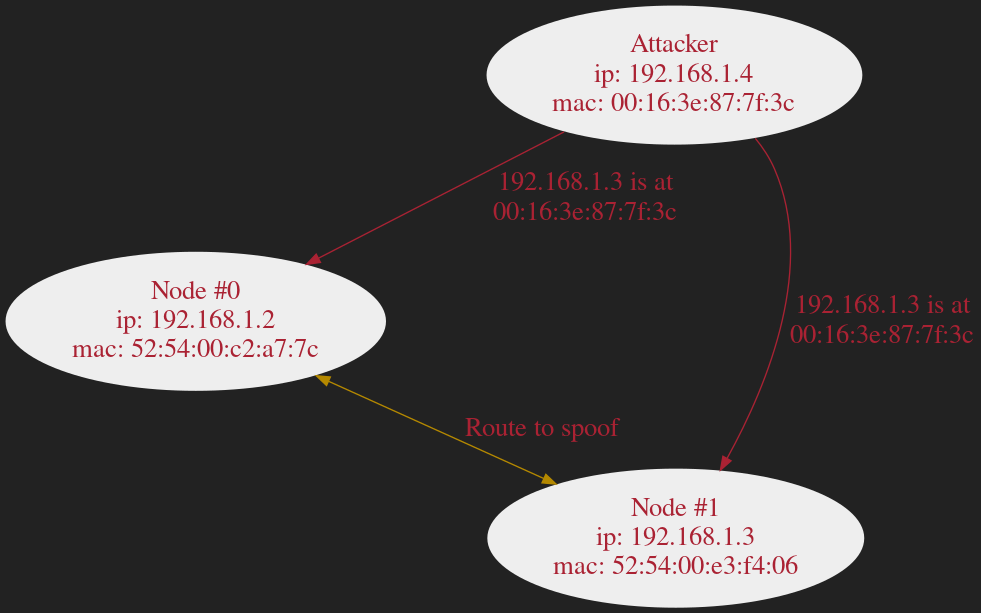
dlrobertson/dlrobertson.com keeps this Graphviz diagram as slides/graphs/images/arp-spoof.png. Above is the earlier version. Its source is kept beside it as slides/graphs/sources/arp-spoof.dot.
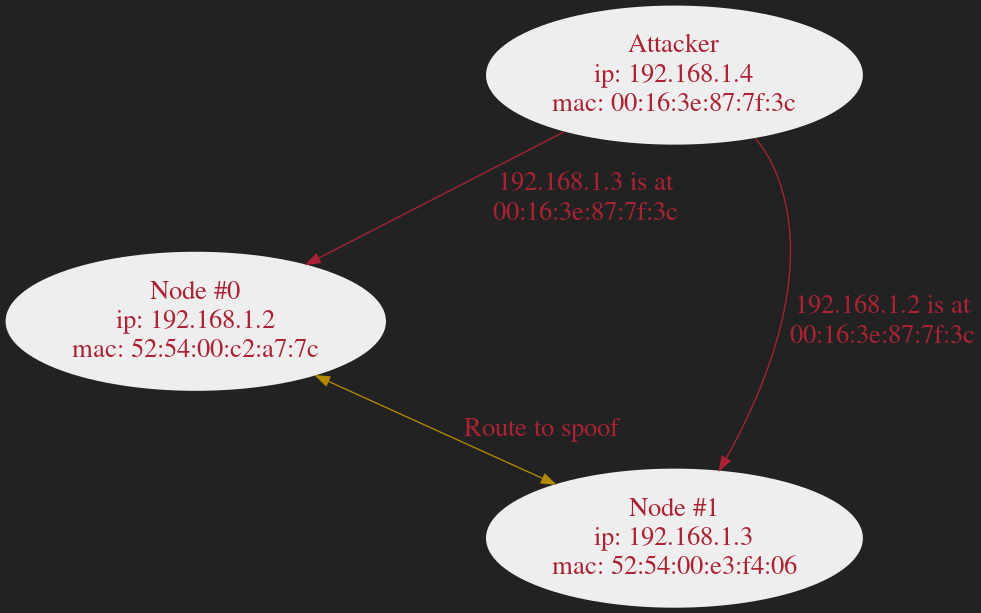
After the change.

Diff of the diagram source:
```diff
@@ -32,7 +32,7 @@
         color="#aa2233"
     ]
     attacker -> node1[
-        label="192.168.1.3 is at\n00:16:3e:87:7f:3c"
+        label="192.168.1.2 is at\n00:16:3e:87:7f:3c"
         color="#aa2233"
     ]
 }
```
